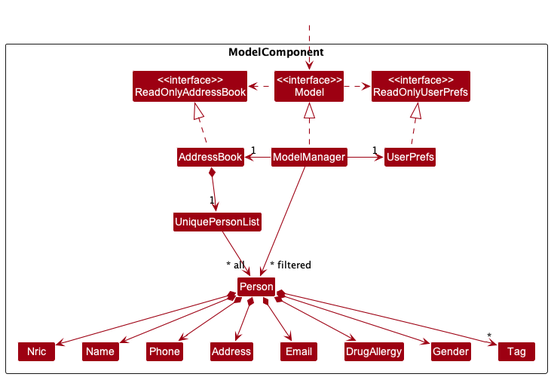
Above: docs/images/NricModelClassDiagram.png in nus-cs2103-AY2223S2/tp (PlantUML), before the change. Its source is kept beside it as docs/diagrams/NricModelClassDiagram.puml.
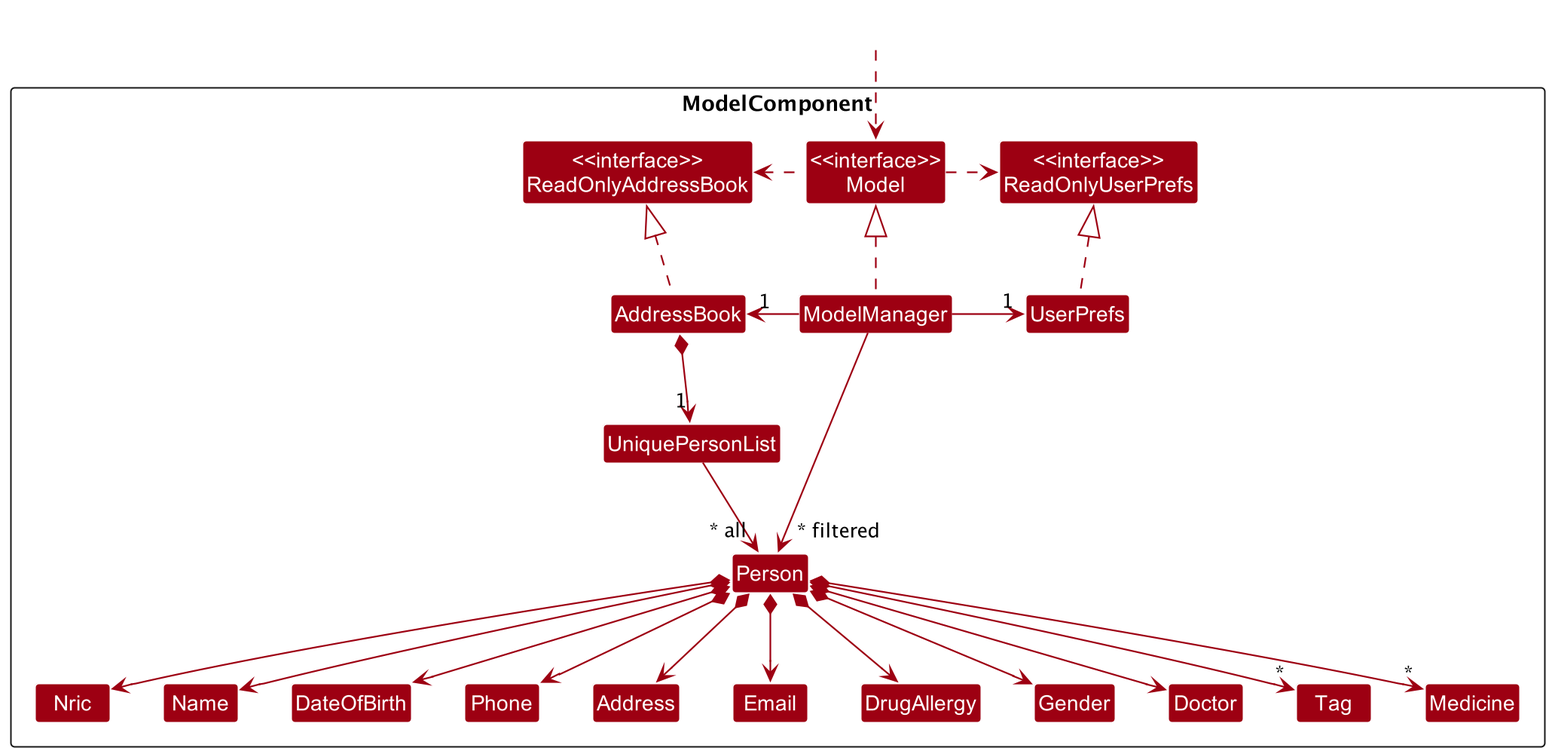
Later version of the same file.

What changed in the source:
```diff
@@ -18,10 +18,14 @@
 Class Email
 Class Name
 Class Nric
+Class DateOfBirth
 Class Phone
 Class DrugAllergy
 Class Gender
+Class Doctor
 Class Tag
+Class Medicine
+
 
 }
 
@@ -41,15 +45,20 @@
 UniquePersonList --> "~* all" Person
 Person *--> Nric
 Person *--> Name
+Person *--> DateOfBirth
 Person *--> Phone
 Person *--> Email
 Person *--> Address
 Person *--> DrugAllergy
 Person *--> Gender
+Person *--> Doctor
 Person *--> "*" Tag
+Person *--> "*" Medicine
+
 
 Nric -[hidden]right-> Name
-Name -[hidden]right-> Phone
+Name -[hidden]right-> DateOfBirth
+DateOfBirth -[hidden]right-> Phone
 Phone -[hidden]right-> Address
 Address -[hidden]right-> Email
 
```
